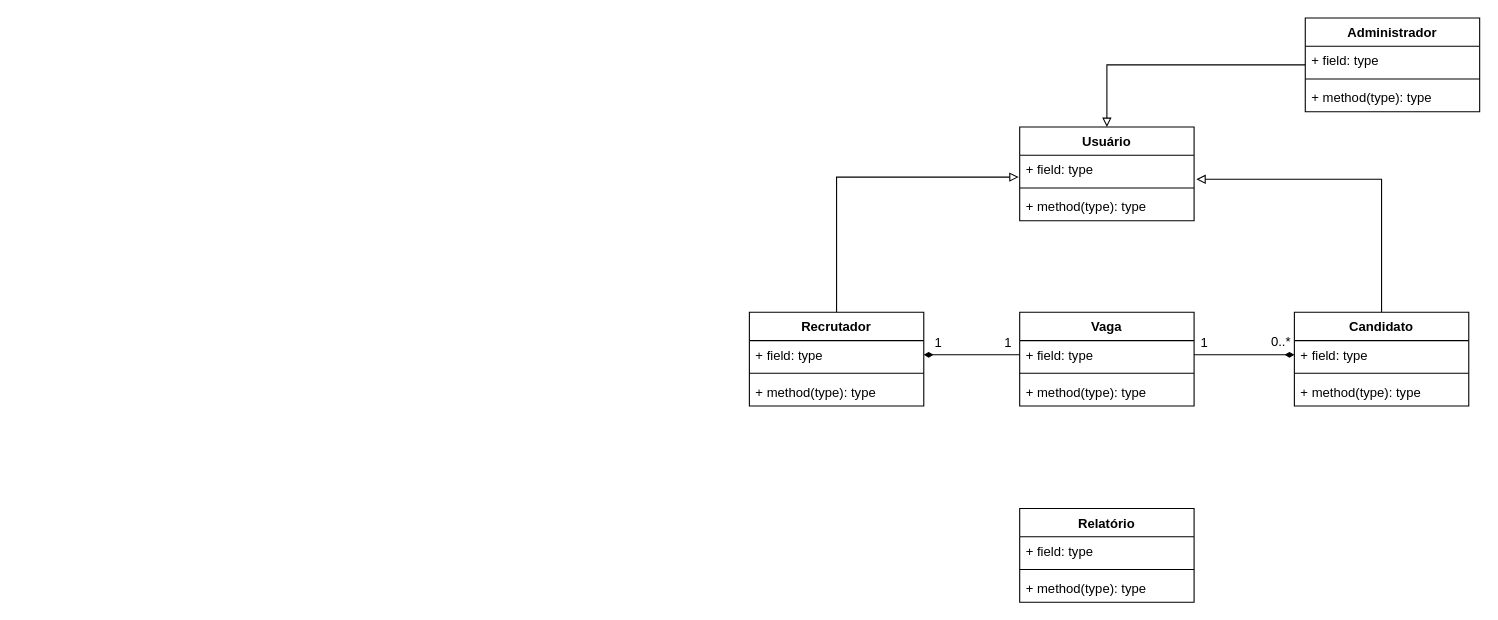
This is Documents/Class diagram.drawio from luizamendes/VenturaHR, a draw.io file, before an edit. Source tidied: cells renumbered, new cells numbered last; positions are measured from the earlier drawing's top-left corner, leaving out a move shared by most shapes. Both pictures are drawn from the tidied source at 109%, with x=0, y=0 at pixel (625, 17).
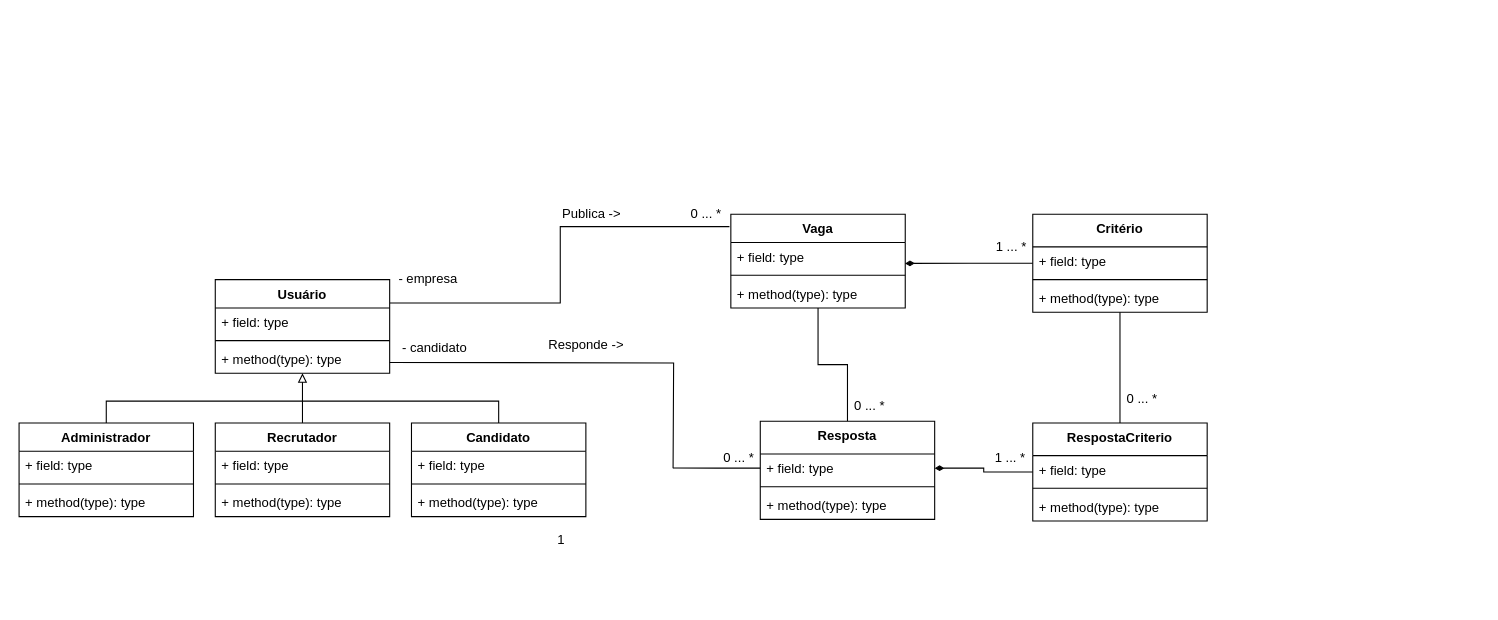
After the change.

Commit message (it also covers changes not shown here):
Adding updated class diagram and the first version of Package diagram

Unchanged cells that the change refers to:
```xml
<mxCell id="5" value="+ field: type" style="text;strokeColor=none;fillColor=none;align=left;verticalAlign=top;spacingLeft=4;spacingRight=4;overflow=hidden;points=[[0,0.5],[1,0.5]];portConstraint=eastwest;" parent="4" vertex="1">
  <mxGeometry y="26" width="160" height="26" as="geometry" />
</mxCell>
<mxCell id="17" value="+ field: type" style="text;strokeColor=none;fillColor=none;align=left;verticalAlign=top;spacingLeft=4;spacingRight=4;overflow=hidden;points=[[0,0.5],[1,0.5]];portConstraint=eastwest;" parent="16" vertex="1">
  <mxGeometry y="26" width="160" height="26" as="geometry" />
</mxCell>
<mxCell id="26" value="+ field: type" style="text;strokeColor=none;fillColor=none;align=left;verticalAlign=top;spacingLeft=4;spacingRight=4;overflow=hidden;points=[[0,0.5],[1,0.5]];portConstraint=eastwest;" parent="25" vertex="1">
  <mxGeometry y="26" width="160" height="26" as="geometry" />
</mxCell>
```

Change to the diagram source:
```diff
@@
-    <mxCell id="2" style="edgeStyle=orthogonalEdgeStyle;rounded=0;jettySize=auto;html=1;exitX=1;exitY=0.5;exitDx=0;exitDy=0;entryX=0;entryY=0.5;entryDx=0;entryDy=0;startArrow=diamondThin;startFill=1;endArrow=none;endFill=0;" parent="1" edge="1" source="26" target="5">
-      <mxGeometry relative="1" as="geometry" />
-    </mxCell>
-    <mxCell id="3" style="edgeStyle=orthogonalEdgeStyle;rounded=0;jettySize=auto;html=1;entryX=-0.006;entryY=0.769;entryDx=0;entryDy=0;entryPerimeter=0;startArrow=none;startFill=0;endArrow=block;endFill=0;strokeColor=#000000;" parent="1" edge="1" source="25" target="17">
-      <mxGeometry relative="1" as="geometry" />
-    </mxCell>
+    <mxCell id="33" value="1" style="align=right;verticalAlign=bottom;labelBackgroundColor=none;fontSize=12;" parent="1" vertex="1">
+      <mxGeometry x="-346" y="494.5" as="geometry">
+        <mxPoint x="292" y="-7" as="offset" />
+      </mxGeometry>
+    </mxCell>
+    <mxCell id="35" style="edgeStyle=orthogonalEdgeStyle;rounded=0;jettySize=auto;html=1;exitX=0.5;exitY=0;exitDx=0;exitDy=0;entryX=0.5;entryY=1;entryDx=0;entryDy=0;endArrow=none;endFill=0;" parent="1" edge="1" source="54" target="4">
+      <mxGeometry relative="1" as="geometry" />
+    </mxCell>
+    <mxCell id="36" style="edgeStyle=orthogonalEdgeStyle;rounded=0;jettySize=auto;html=1;exitX=1;exitY=0.25;exitDx=0;exitDy=0;entryX=-0.008;entryY=0.133;entryDx=0;entryDy=0;entryPerimeter=0;endArrow=none;endFill=0;" parent="1" edge="1" source="16" target="4">
+      <mxGeometry relative="1" as="geometry" />
+    </mxCell>
+    <mxCell id="37" style="edgeStyle=orthogonalEdgeStyle;rounded=0;jettySize=auto;html=1;exitX=0.5;exitY=0;exitDx=0;exitDy=0;entryX=0.5;entryY=0;entryDx=0;entryDy=0;endArrow=none;endFill=0;" parent="1" edge="1" source="21" target="9">
+      <mxGeometry relative="1" as="geometry" />
+    </mxCell>
+    <mxCell id="38" style="edgeStyle=orthogonalEdgeStyle;rounded=0;jettySize=auto;html=1;exitX=0.5;exitY=0;exitDx=0;exitDy=0;entryX=0.5;entryY=1;entryDx=0;entryDy=0;endArrow=block;endFill=0;" parent="1" edge="1" source="25" target="16">
+      <mxGeometry relative="1" as="geometry" />
+    </mxCell>
+    <mxCell id="39" style="edgeStyle=orthogonalEdgeStyle;rounded=0;orthogonalLoop=1;jettySize=auto;html=1;exitX=1;exitY=0.5;exitDx=0;exitDy=0;endArrow=none;endFill=0;" parent="1" edge="1">
+      <mxGeometry relative="1" as="geometry">
+        <mxPoint x="-216" y="316" as="sourcePoint" />
+        <mxPoint x="44" y="413" as="targetPoint" />
+      </mxGeometry>
+    </mxCell>
+    <mxCell id="40" style="edgeStyle=orthogonalEdgeStyle;rounded=0;jettySize=auto;html=1;exitX=0;exitY=0.5;exitDx=0;exitDy=0;endArrow=none;endFill=0;" parent="1" edge="1" source="55">
+      <mxGeometry relative="1" as="geometry">
+        <mxPoint x="44" y="412.8" as="targetPoint" />
+      </mxGeometry>
+    </mxCell>
+    <mxCell id="41" style="edgeStyle=orthogonalEdgeStyle;rounded=0;jettySize=auto;html=1;exitX=0;exitY=0.5;exitDx=0;exitDy=0;entryX=0.999;entryY=0.736;entryDx=0;entryDy=0;entryPerimeter=0;endArrow=diamondThin;endFill=1;" parent="1" edge="1" source="58" target="5">
+      <mxGeometry relative="1" as="geometry" />
+    </mxCell>
+    <mxCell id="42" style="edgeStyle=orthogonalEdgeStyle;rounded=0;jettySize=auto;html=1;entryX=0.5;entryY=1;entryDx=0;entryDy=0;entryPerimeter=0;endArrow=none;endFill=0;" parent="1" edge="1" source="62" target="61">
+      <mxGeometry relative="1" as="geometry" />
+    </mxCell>
+    <mxCell id="43" style="edgeStyle=orthogonalEdgeStyle;rounded=0;jettySize=auto;html=1;entryX=1;entryY=0.5;entryDx=0;entryDy=0;endArrow=diamondThin;endFill=1;" parent="1" edge="1" source="62" target="55">
+      <mxGeometry relative="1" as="geometry" />
+    </mxCell>
+    <mxCell id="44" value="1 ... *" style="text;html=1;align=center;verticalAlign=middle;" parent="1" vertex="1">
+      <mxGeometry x="334" y="200" width="40" height="20" as="geometry" />
+    </mxCell>
+    <mxCell id="45" value="1 ... *" style="text;html=1;align=center;verticalAlign=middle;" parent="1" vertex="1">
+      <mxGeometry x="333" y="394" width="40" height="20" as="geometry" />
+    </mxCell>
+    <mxCell id="46" value="0 ... *" style="text;html=1;align=center;verticalAlign=middle;" parent="1" vertex="1">
+      <mxGeometry x="454" y="340" width="40" height="20" as="geometry" />
+    </mxCell>
+    <mxCell id="47" value="0 ... *" style="text;html=1;align=center;verticalAlign=middle;" parent="1" vertex="1">
+      <mxGeometry x="84" y="394" width="40" height="20" as="geometry" />
+    </mxCell>
+    <mxCell id="48" value="0 ... *" style="text;html=1;align=center;verticalAlign=middle;" parent="1" vertex="1">
+      <mxGeometry x="54" y="170" width="40" height="20" as="geometry" />
+    </mxCell>
+    <mxCell id="49" value="0 ... *" style="text;html=1;align=center;verticalAlign=middle;" parent="1" vertex="1">
+      <mxGeometry x="204" y="346" width="40" height="20" as="geometry" />
+    </mxCell>
+    <mxCell id="50" value="- empresa" style="text;html=1;align=center;verticalAlign=middle;" parent="1" vertex="1">
+      <mxGeometry x="-216" y="230" width="70" height="20" as="geometry" />
+    </mxCell>
+    <mxCell id="51" value="- candidato" style="text;html=1;align=center;verticalAlign=middle;" parent="1" vertex="1">
+      <mxGeometry x="-210" y="293" width="70" height="20" as="geometry" />
+    </mxCell>
+    <mxCell id="52" value="Publica -&amp;gt;" style="text;html=1;align=center;verticalAlign=middle;" parent="1" vertex="1">
+      <mxGeometry x="-66" y="170" width="70" height="20" as="geometry" />
+    </mxCell>
+    <mxCell id="53" value="Responde -&amp;gt;" style="text;html=1;align=center;verticalAlign=middle;" parent="1" vertex="1">
+      <mxGeometry x="-76" y="290" width="80" height="20" as="geometry" />
+    </mxCell>
     <mxCell id="4" value="Vaga" style="swimlane;fontStyle=1;align=center;verticalAlign=top;horizontal=1;startSize=26;" parent="1" vertex="1">
-      <mxGeometry x="362" y="270" width="160" height="86" as="geometry" />
+      <mxGeometry x="97" y="180" width="160" height="86" as="geometry" />
     </mxCell>
@@
-    <mxCell id="8" style="edgeStyle=orthogonalEdgeStyle;rounded=0;jettySize=auto;html=1;entryX=1.013;entryY=0.846;entryDx=0;entryDy=0;entryPerimeter=0;startArrow=none;startFill=0;endArrow=block;endFill=0;strokeColor=#000000;" parent="1" edge="1" source="9" target="17">
-      <mxGeometry relative="1" as="geometry" />
-    </mxCell>
-    <mxCell id="9" value="Candidato" style="swimlane;fontStyle=1;align=center;verticalAlign=top;horizontal=1;startSize=26;" parent="1" vertex="1">
-      <mxGeometry x="614" y="270" width="160" height="86" as="geometry" />
-    </mxCell>
-    <mxCell id="10" value="+ field: type" style="text;strokeColor=none;fillColor=none;align=left;verticalAlign=top;spacingLeft=4;spacingRight=4;overflow=hidden;points=[[0,0.5],[1,0.5]];portConstraint=eastwest;" parent="9" vertex="1">
-      <mxGeometry y="26" width="160" height="26" as="geometry" />
-    </mxCell>
-    <mxCell id="11" style="line;strokeWidth=1;fillColor=none;align=left;verticalAlign=middle;spacingTop=-1;spacingLeft=3;spacingRight=3;labelPosition=right;" parent="9" vertex="1">
-      <mxGeometry y="52" width="160" height="8" as="geometry" />
-    </mxCell>
-    <mxCell id="12" value="+ method(type): type" style="text;strokeColor=none;fillColor=none;align=left;verticalAlign=top;spacingLeft=4;spacingRight=4;overflow=hidden;" parent="9" vertex="1">
-      <mxGeometry y="60" width="160" height="26" as="geometry" />
-    </mxCell>
-    <mxCell id="13" style="edgeStyle=orthogonalEdgeStyle;rounded=0;jettySize=auto;html=1;exitX=0;exitY=0.5;exitDx=0;exitDy=0;entryX=1;entryY=0.5;entryDx=0;entryDy=0;startArrow=diamondThin;startFill=1;endArrow=none;endFill=0;strokeColor=#000000;" parent="1" edge="1" source="10" target="5">
-      <mxGeometry relative="1" as="geometry" />
-    </mxCell>
-    <mxCell id="14" value="1" style="align=right;verticalAlign=bottom;labelBackgroundColor=none;fontSize=12;" parent="1" vertex="1">
-      <mxGeometry x="244" y="313" as="geometry">
-        <mxPoint x="292" y="-7" as="offset" />
-      </mxGeometry>
-    </mxCell>
-    <mxCell id="15" value="0..*" style="align=left;verticalAlign=bottom;labelBackgroundColor=none;fontSize=12;" parent="1" vertex="1">
-      <mxGeometry x="591" y="305" as="geometry" />
-    </mxCell>
+    <mxCell id="54" value="Resposta" style="swimlane;fontStyle=1;align=center;verticalAlign=top;horizontal=1;startSize=30;" parent="1" vertex="1">
+      <mxGeometry x="124" y="370" width="160" height="90" as="geometry" />
+    </mxCell>
+    <mxCell id="55" value="+ field: type" style="text;strokeColor=none;fillColor=none;align=left;verticalAlign=top;spacingLeft=4;spacingRight=4;overflow=hidden;points=[[0,0.5],[1,0.5]];portConstraint=eastwest;" parent="54" vertex="1">
+      <mxGeometry y="30" width="160" height="26" as="geometry" />
+    </mxCell>
+    <mxCell id="56" style="line;strokeWidth=1;fillColor=none;align=left;verticalAlign=middle;spacingTop=-1;spacingLeft=3;spacingRight=3;labelPosition=right;" parent="54" vertex="1">
+      <mxGeometry y="56" width="160" height="8" as="geometry" />
+    </mxCell>
+    <mxCell id="57" value="+ method(type): type" style="text;strokeColor=none;fillColor=none;align=left;verticalAlign=top;spacingLeft=4;spacingRight=4;overflow=hidden;" parent="54" vertex="1">
+      <mxGeometry y="64" width="160" height="26" as="geometry" />
+    </mxCell>
     <mxCell id="16" value="Usuário" style="swimlane;fontStyle=1;align=center;verticalAlign=top;horizontal=1;startSize=26;" parent="1" vertex="1">
-      <mxGeometry x="362" y="100" width="160" height="86" as="geometry" />
+      <mxGeometry x="-376" y="240" width="160" height="86" as="geometry" />
     </mxCell>
@@
-    <mxCell id="20" style="edgeStyle=orthogonalEdgeStyle;rounded=0;jettySize=auto;html=1;entryX=0.5;entryY=0;entryDx=0;entryDy=0;startArrow=none;startFill=0;endArrow=block;endFill=0;strokeColor=#000000;" parent="1" edge="1" source="21" target="16">
-      <mxGeometry relative="1" as="geometry" />
-    </mxCell>
     <mxCell id="21" value="Administrador" style="swimlane;fontStyle=1;align=center;verticalAlign=top;horizontal=1;startSize=26;" parent="1" vertex="1">
-      <mxGeometry x="624" width="160" height="86" as="geometry" />
+      <mxGeometry x="-556" y="371.5" width="160" height="86" as="geometry" />
     </mxCell>
@@
     <mxCell id="25" value="Recrutador" style="swimlane;fontStyle=1;align=center;verticalAlign=top;horizontal=1;startSize=26;" parent="1" vertex="1">
-      <mxGeometry x="114" y="270" width="160" height="86" as="geometry" />
+      <mxGeometry x="-376" y="371.5" width="160" height="86" as="geometry" />
     </mxCell>
@@
-    <mxCell id="29" value="Relatório" style="swimlane;fontStyle=1;align=center;verticalAlign=top;horizontal=1;startSize=26;" parent="1" vertex="1">
-      <mxGeometry x="362" y="450" width="160" height="86" as="geometry" />
-    </mxCell>
-    <mxCell id="30" value="+ field: type" style="text;strokeColor=none;fillColor=none;align=left;verticalAlign=top;spacingLeft=4;spacingRight=4;overflow=hidden;" parent="29" vertex="1">
-      <mxGeometry y="26" width="160" height="26" as="geometry" />
-    </mxCell>
-    <mxCell id="31" style="line;strokeWidth=1;fillColor=none;align=left;verticalAlign=middle;spacingTop=-1;spacingLeft=3;spacingRight=3;labelPosition=right;" parent="29" vertex="1">
-      <mxGeometry y="52" width="160" height="8" as="geometry" />
-    </mxCell>
-    <mxCell id="32" value="+ method(type): type" style="text;strokeColor=none;fillColor=none;align=left;verticalAlign=top;spacingLeft=4;spacingRight=4;overflow=hidden;" parent="29" vertex="1">
-      <mxGeometry y="60" width="160" height="26" as="geometry" />
-    </mxCell>
-    <mxCell id="33" value="1" style="align=right;verticalAlign=bottom;labelBackgroundColor=none;fontSize=12;" parent="1" vertex="1">
-      <mxGeometry x="64" y="313" as="geometry">
-        <mxPoint x="292" y="-7" as="offset" />
-      </mxGeometry>
-    </mxCell>
-    <mxCell id="34" value="1" style="align=right;verticalAlign=bottom;labelBackgroundColor=none;fontSize=12;" parent="1" vertex="1">
-      <mxGeometry y="313" as="geometry">
-        <mxPoint x="292" y="-7" as="offset" />
-      </mxGeometry>
-    </mxCell>
+    <mxCell id="9" value="Candidato" style="swimlane;fontStyle=1;align=center;verticalAlign=top;horizontal=1;startSize=26;" parent="1" vertex="1">
+      <mxGeometry x="-196" y="371.5" width="160" height="86" as="geometry" />
+    </mxCell>
+    <mxCell id="10" value="+ field: type" style="text;strokeColor=none;fillColor=none;align=left;verticalAlign=top;spacingLeft=4;spacingRight=4;overflow=hidden;points=[[0,0.5],[1,0.5]];portConstraint=eastwest;" parent="9" vertex="1">
+      <mxGeometry y="26" width="160" height="26" as="geometry" />
+    </mxCell>
+    <mxCell id="11" style="line;strokeWidth=1;fillColor=none;align=left;verticalAlign=middle;spacingTop=-1;spacingLeft=3;spacingRight=3;labelPosition=right;" parent="9" vertex="1">
+      <mxGeometry y="52" width="160" height="8" as="geometry" />
+    </mxCell>
+    <mxCell id="12" value="+ method(type): type" style="text;strokeColor=none;fillColor=none;align=left;verticalAlign=top;spacingLeft=4;spacingRight=4;overflow=hidden;" parent="9" vertex="1">
+      <mxGeometry y="60" width="160" height="26" as="geometry" />
+    </mxCell>
+    <mxCell id="58" value="Critério" style="swimlane;fontStyle=1;align=center;verticalAlign=top;horizontal=1;startSize=30;" parent="1" vertex="1">
+      <mxGeometry x="374" y="180" width="160" height="90" as="geometry" />
+    </mxCell>
+    <mxCell id="59" value="+ field: type" style="text;strokeColor=none;fillColor=none;align=left;verticalAlign=top;spacingLeft=4;spacingRight=4;overflow=hidden;" parent="58" vertex="1">
+      <mxGeometry y="30" width="160" height="26" as="geometry" />
+    </mxCell>
+    <mxCell id="60" style="line;strokeWidth=1;fillColor=none;align=left;verticalAlign=middle;spacingTop=-1;spacingLeft=3;spacingRight=3;labelPosition=right;" parent="58" vertex="1">
+      <mxGeometry y="56" width="160" height="8" as="geometry" />
+    </mxCell>
+    <mxCell id="61" value="+ method(type): type" style="text;strokeColor=none;fillColor=none;align=left;verticalAlign=top;spacingLeft=4;spacingRight=4;overflow=hidden;points=[[0,0.5],[1,0.5]];portConstraint=eastwest;" parent="58" vertex="1">
+      <mxGeometry y="64" width="160" height="26" as="geometry" />
+    </mxCell>
+    <mxCell id="62" value="RespostaCriterio" style="swimlane;fontStyle=1;align=center;verticalAlign=top;horizontal=1;startSize=30;" parent="1" vertex="1">
+      <mxGeometry x="374" y="371.5" width="160" height="90" as="geometry" />
+    </mxCell>
+    <mxCell id="63" value="+ field: type" style="text;strokeColor=none;fillColor=none;align=left;verticalAlign=top;spacingLeft=4;spacingRight=4;overflow=hidden;" parent="62" vertex="1">
+      <mxGeometry y="30" width="160" height="26" as="geometry" />
+    </mxCell>
+    <mxCell id="64" style="line;strokeWidth=1;fillColor=none;align=left;verticalAlign=middle;spacingTop=-1;spacingLeft=3;spacingRight=3;labelPosition=right;" parent="62" vertex="1">
+      <mxGeometry y="56" width="160" height="8" as="geometry" />
+    </mxCell>
+    <mxCell id="65" value="+ method(type): type" style="text;strokeColor=none;fillColor=none;align=left;verticalAlign=top;spacingLeft=4;spacingRight=4;overflow=hidden;" parent="62" vertex="1">
+      <mxGeometry y="64" width="160" height="26" as="geometry" />
+    </mxCell>
```
